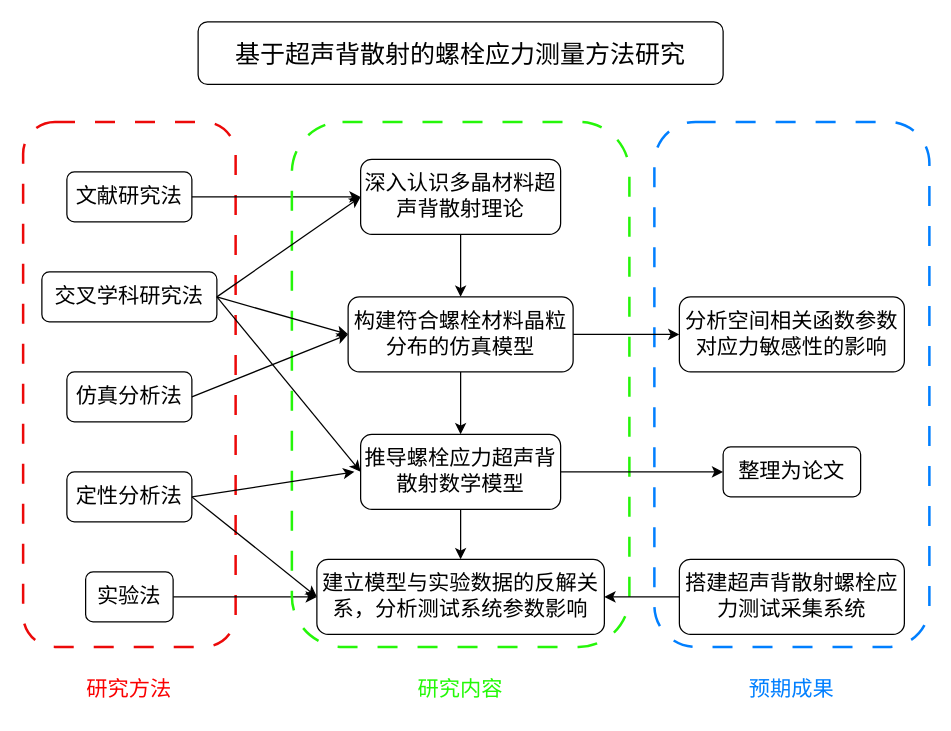
wn2002/graduate keeps this draw.io diagram as 技术路线.drawio. Above is the earlier version. Source tidied: cells renumbered, new cells numbered last; positions are measured from the earlier drawing's top-left corner, leaving out a move shared by most shapes. Both pictures are drawn from the tidied source at 125%, with x=0, y=0 at pixel (22, 21).
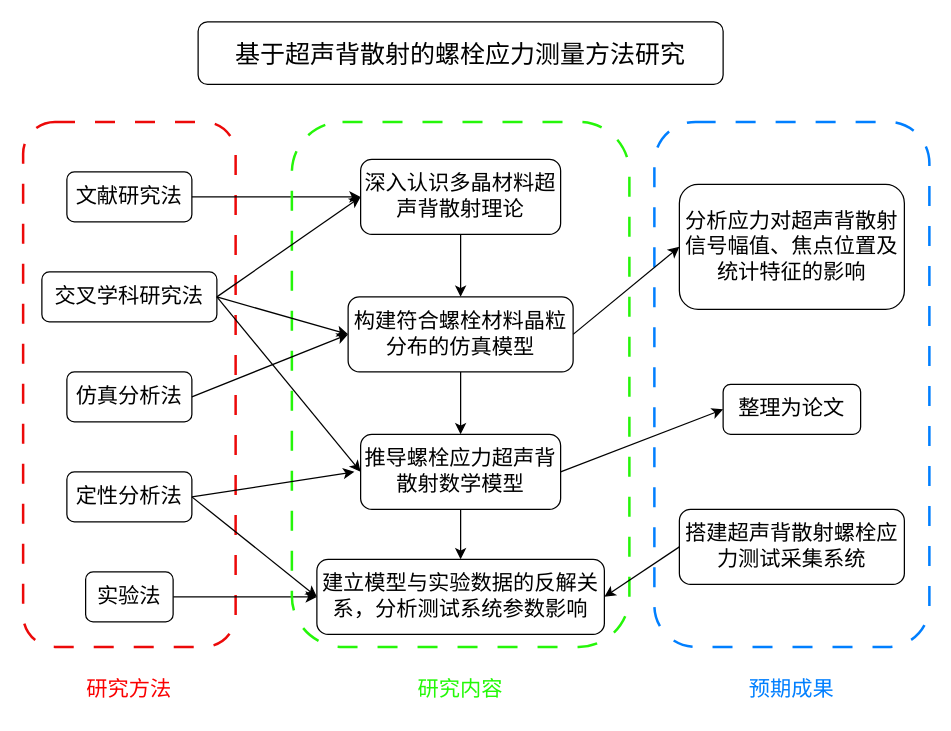
The same page after the edit.

Commit message:
更新技术路线.drawio

Diff of the diagram source:
```diff
@@
+    <mxCell id="24" style="rounded=1;whiteSpace=wrap;html=1;fillColor=none;fontColor=#ffffff;strokeColor=light-dark(#007FFF,#FFACAC);dashed=1;dashPattern=8 8;strokeWidth=2;perimeterSpacing=0;" parent="1" vertex="1">
+      <mxGeometry x="505" y="80" width="220" height="420" as="geometry" />
+    </mxCell>
@@
-    <mxCell id="21" value="分析空间相关函数参数对应力敏感性的影响" style="rounded=1;whiteSpace=wrap;html=1;fontSize=17;" parent="1" vertex="1">
-      <mxGeometry x="525" y="220" width="180" height="60" as="geometry" />
+    <mxCell id="21" value="分析应力对超声背散射信号幅值、焦点位置及统计特征的影响" style="rounded=1;whiteSpace=wrap;html=1;fontSize=17;" parent="1" vertex="1">
+      <mxGeometry x="525" y="130" width="180" height="100" as="geometry" />
     </mxCell>
     <mxCell id="22" value="整理为论文" style="rounded=1;whiteSpace=wrap;html=1;fontSize=17;" parent="1" vertex="1">
-      <mxGeometry x="560" y="340" width="110" height="40" as="geometry" />
+      <mxGeometry x="560" y="290" width="110" height="40" as="geometry" />
     </mxCell>
     <mxCell id="23" value="搭建超声背散射螺栓应力测试采集系统" style="rounded=1;whiteSpace=wrap;html=1;fontSize=17;" parent="1" vertex="1">
-      <mxGeometry x="525" y="430" width="180" height="60" as="geometry" />
+      <mxGeometry x="525" y="390" width="180" height="60" as="geometry" />
     </mxCell>
-    <mxCell id="24" style="rounded=1;whiteSpace=wrap;html=1;fillColor=none;fontColor=#ffffff;strokeColor=light-dark(#007FFF,#FFACAC);dashed=1;dashPattern=8 8;strokeWidth=2;perimeterSpacing=0;" parent="1" vertex="1">
-      <mxGeometry x="505" y="80" width="220" height="420" as="geometry" />
-    </mxCell>
```
